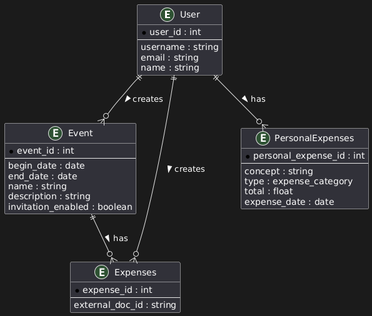
omardtl24/TMP_2C_swarch keeps this PlantUML diagram as data/postgres/ER_Data_Model.png. Above is the earlier version.
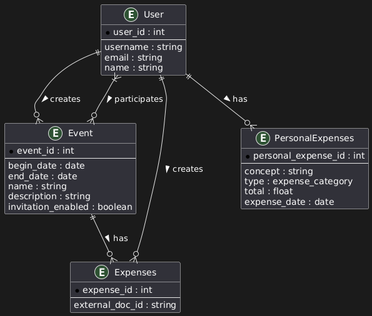
Above is the later version.

Commit message:
Update ER Model - Fix relation notation

The edit, as a diff of the source:
```diff
@@ -33,6 +33,7 @@
 }
 
 U ||--o{ E : creates >
+U }|--o{ E : participates >
 E ||--o{ B : has >
 U ||--o{ B : creates >
 U ||--o{ PE : has >
```
